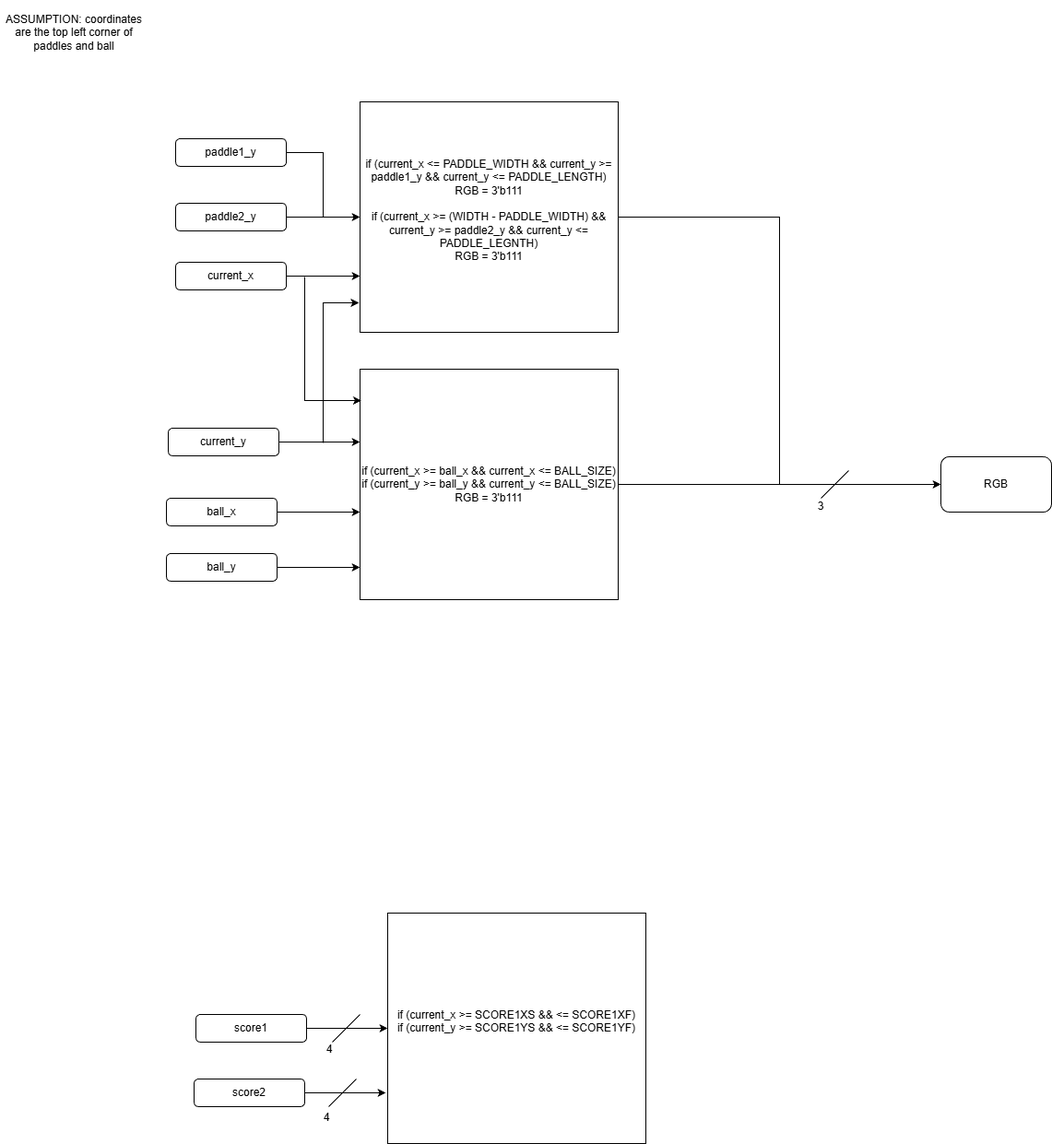
This is diagrams/pixel_gen.png from liao246/Hardware-Pong, a draw.io export, as it was before one commit. Source tidied: cells renumbered, new cells last; positions are measured from the earlier drawing's top-left corner, leaving out a move shared by most shapes.
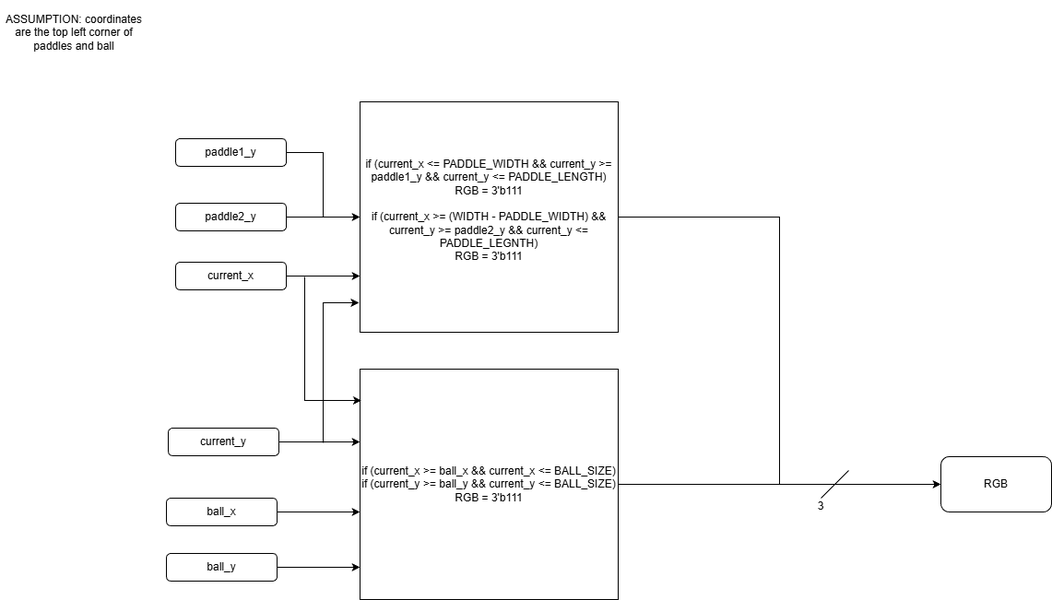
After the change.

Commit message:
add pixel gen

Change to the diagram source:
```diff
@@ -2,12 +2,6 @@
   <root>
     <mxCell id="0" />
     <mxCell id="1" parent="0" />
-    <mxCell id="2" style="edgeStyle=orthogonalEdgeStyle;rounded=0;jettySize=auto;html=1;" parent="1" edge="1" source="3" target="23">
-      <mxGeometry relative="1" as="geometry" />
-    </mxCell>
-    <mxCell id="3" value="score1" style="rounded=1;whiteSpace=wrap;html=1;" parent="1" vertex="1">
-      <mxGeometry x="212" y="1100" width="120" height="30" as="geometry" />
-    </mxCell>
     <mxCell id="4" style="edgeStyle=orthogonalEdgeStyle;rounded=0;jettySize=auto;html=1;" parent="1" edge="1" source="5" target="19">
       <mxGeometry relative="1" as="geometry">
         <Array as="points">
@@ -97,35 +91,6 @@
         </Array>
       </mxGeometry>
     </mxCell>
-    <mxCell id="23" value="if (current_x &amp;gt;= SCORE1XS &amp;amp;&amp;amp; &amp;lt;= SCORE1XF)&lt;div&gt;if (current_y &amp;gt;= SCORE1YS &amp;amp;&amp;amp; &amp;lt;= SCORE1YF)&lt;/div&gt;&lt;div&gt;&lt;br&gt;&lt;/div&gt;" style="rounded=0;whiteSpace=wrap;html=1;" parent="1" vertex="1">
-      <mxGeometry x="420" y="990" width="280" height="250" as="geometry" />
-    </mxCell>
-    <mxCell id="24" style="edgeStyle=orthogonalEdgeStyle;rounded=0;jettySize=auto;html=1;" parent="1" edge="1" source="25">
-      <mxGeometry relative="1" as="geometry">
-        <mxPoint x="418" y="1185" as="targetPoint" />
-      </mxGeometry>
-    </mxCell>
-    <mxCell id="25" value="score2" style="rounded=1;whiteSpace=wrap;html=1;" parent="1" vertex="1">
-      <mxGeometry x="210" y="1170" width="120" height="30" as="geometry" />
-    </mxCell>
-    <mxCell id="26" style="endArrow=none;html=1;rounded=0;" parent="1" edge="1">
-      <mxGeometry relative="1" as="geometry">
-        <mxPoint x="360" y="1130" as="sourcePoint" />
-        <mxPoint x="390" y="1100" as="targetPoint" />
-      </mxGeometry>
-    </mxCell>
-    <mxCell id="27" style="endArrow=none;html=1;rounded=0;" parent="1" edge="1">
-      <mxGeometry relative="1" as="geometry">
-        <mxPoint x="356" y="1200" as="sourcePoint" />
-        <mxPoint x="386" y="1170" as="targetPoint" />
-      </mxGeometry>
-    </mxCell>
-    <mxCell id="28" value="4" style="text;html=1;whiteSpace=wrap;strokeColor=none;fillColor=none;align=center;verticalAlign=middle;rounded=0;" parent="1" vertex="1">
-      <mxGeometry x="324" y="1197" width="60" height="30" as="geometry" />
-    </mxCell>
-    <mxCell id="29" value="4" style="text;html=1;whiteSpace=wrap;strokeColor=none;fillColor=none;align=center;verticalAlign=middle;rounded=0;" parent="1" vertex="1">
-      <mxGeometry x="327" y="1123" width="60" height="30" as="geometry" />
-    </mxCell>
     <mxCell id="30" value="RGB" style="rounded=1;whiteSpace=wrap;html=1;" parent="1" vertex="1">
       <mxGeometry x="1020" y="495" width="120" height="60" as="geometry" />
     </mxCell>
```
